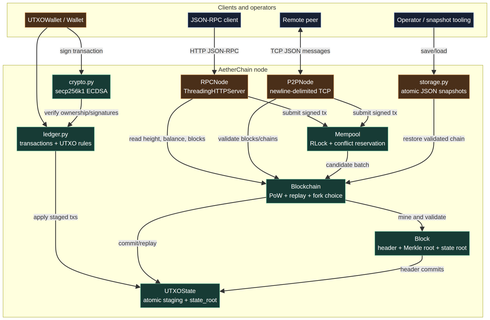
The Mermaid diagram docs/architecture.png in washington-oyekunle/aetherchain, before a commit. Its source is kept beside it as docs/architecture.mmd.
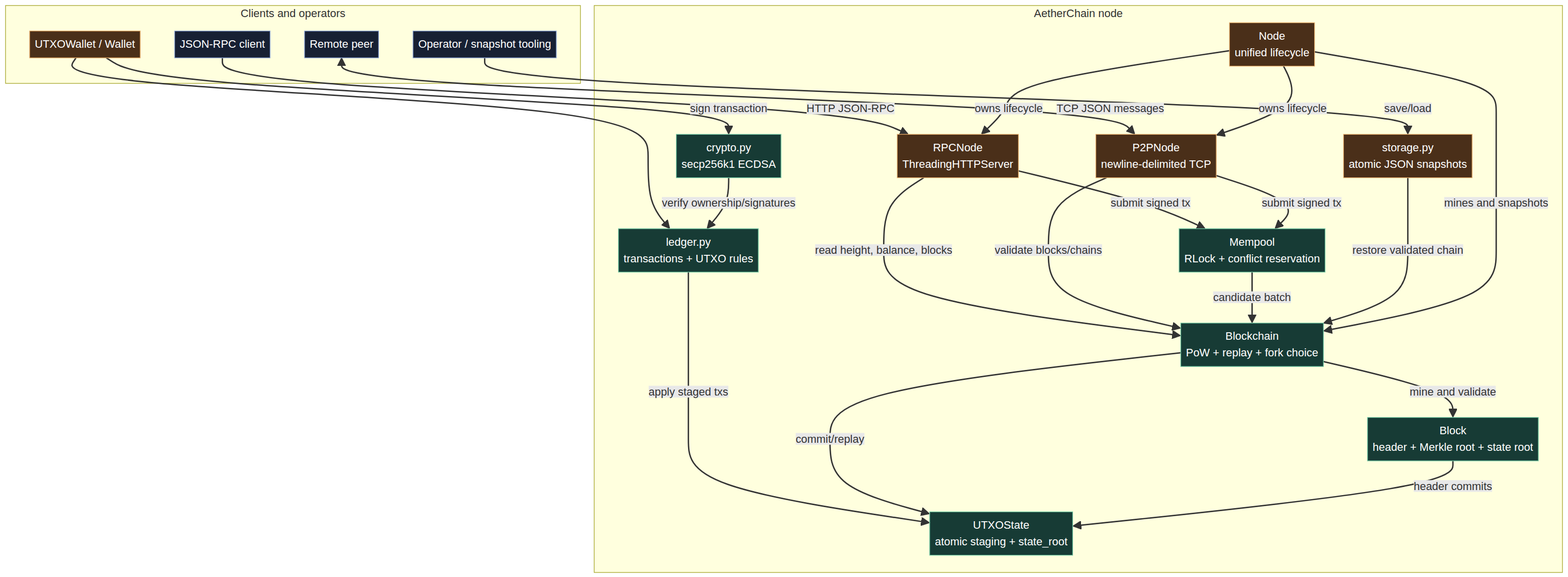
After the commit.

Commit message:
Add AetherChain node runtime and operational APIs

The edit, as a diff of the source:
```diff
@@ -16,6 +16,7 @@
         Crypto[crypto.py\nsecp256k1 ECDSA]
         Ledger[ledger.py\ntransactions + UTXO rules]
         Storage[storage.py\natomic JSON snapshots]
+        NodeRuntime[Node\nunified lifecycle]
     end
 
     Wallet -->|sign transaction| Crypto
@@ -35,10 +36,13 @@
     Chain -->|commit/replay| State
     Storage -->|restore validated chain| Chain
     Block -->|header commits| State
+    NodeRuntime -->|owns lifecycle| RPC
+    NodeRuntime -->|owns lifecycle| P2P
+    NodeRuntime -->|mines and snapshots| Chain
 
     classDef boundary fill:#172033,stroke:#8aa4d6,color:#fff;
     classDef core fill:#173b35,stroke:#6fc7a2,color:#fff;
     classDef data fill:#4a2f19,stroke:#e2a866,color:#fff;
     class RPCClient,Peer,Operator boundary;
     class Chain,Block,State,Mempool,Crypto,Ledger core;
-    class Wallet,RPC,P2P,Storage data;
+    class Wallet,RPC,P2P,Storage,NodeRuntime data;
```
